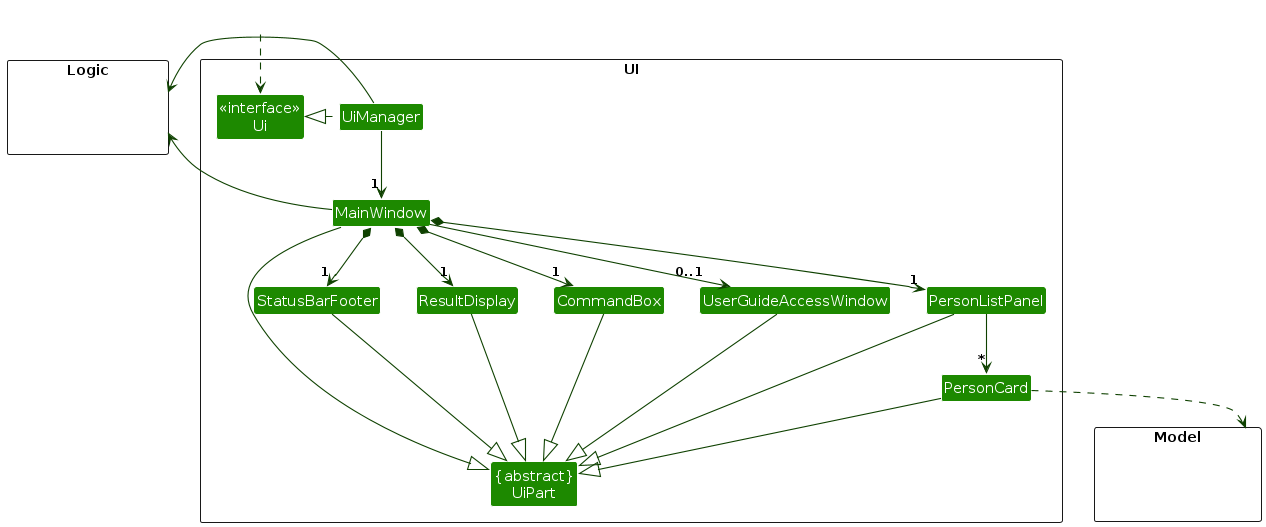
AY2627S1-CS2103T-T13-1/tp keeps this PlantUML diagram as diagrams/UiClassDiagram.png. Above is the earlier version. Its source is kept beside it as diagrams/UiClassDiagram.puml.
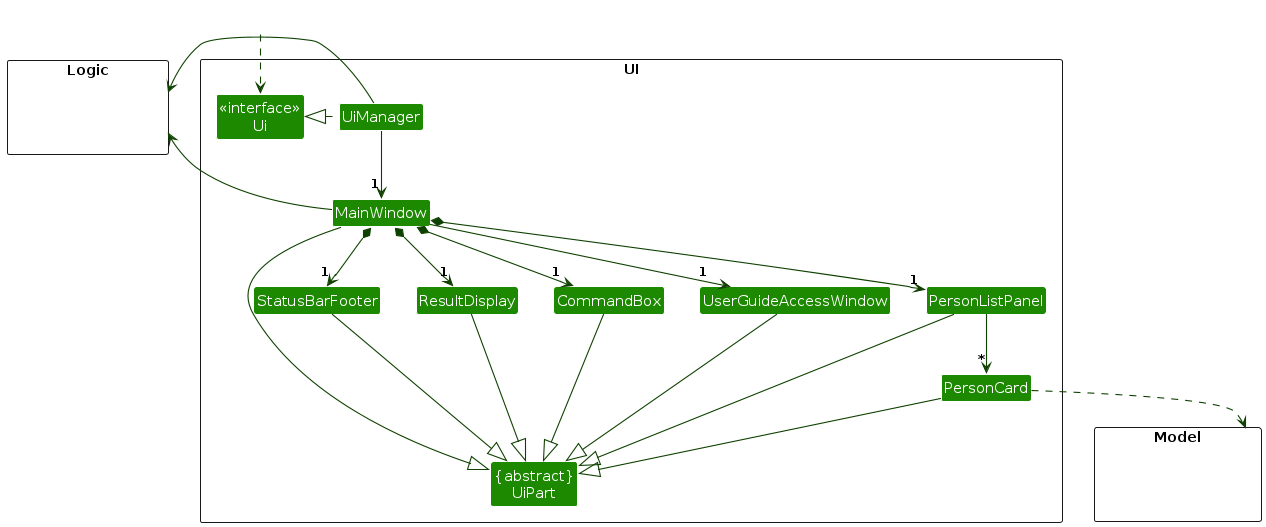
The same file after the commit.

The edit, as a diff of the source:
```diff
@@ -34,7 +34,7 @@
 MainWindow *-down-> "1" ResultDisplay
 MainWindow *-down-> "1" PersonListPanel
 MainWindow *-down-> "1" StatusBarFooter
-MainWindow --> "0..1" UserGuideAccessWindow
+MainWindow --> "1" UserGuideAccessWindow
 
 PersonListPanel -down-> "*" PersonCard
 
```
